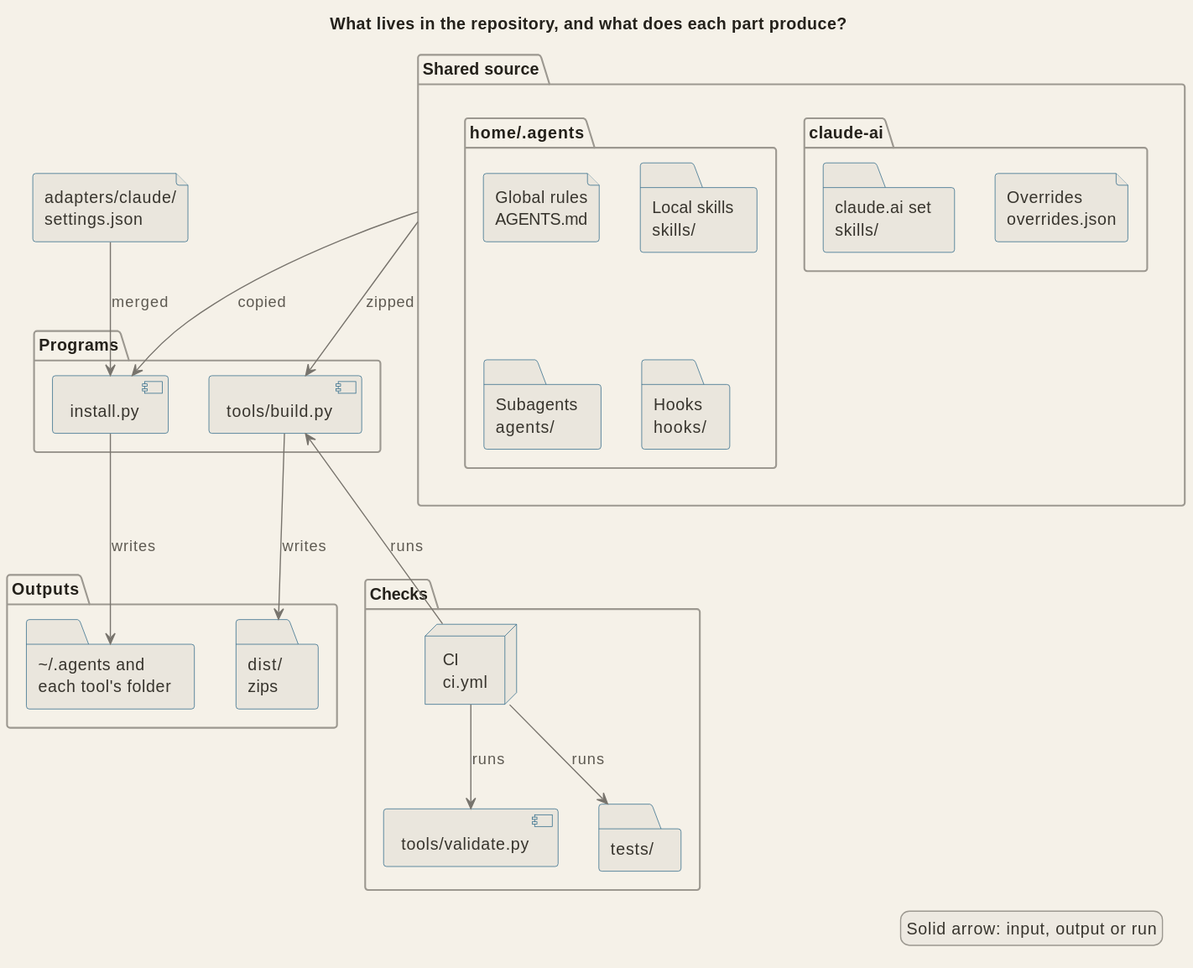
This is docs/diagrams/arch_parts.svg from signorenne/dotagents, a PlantUML export, as it was before one commit.
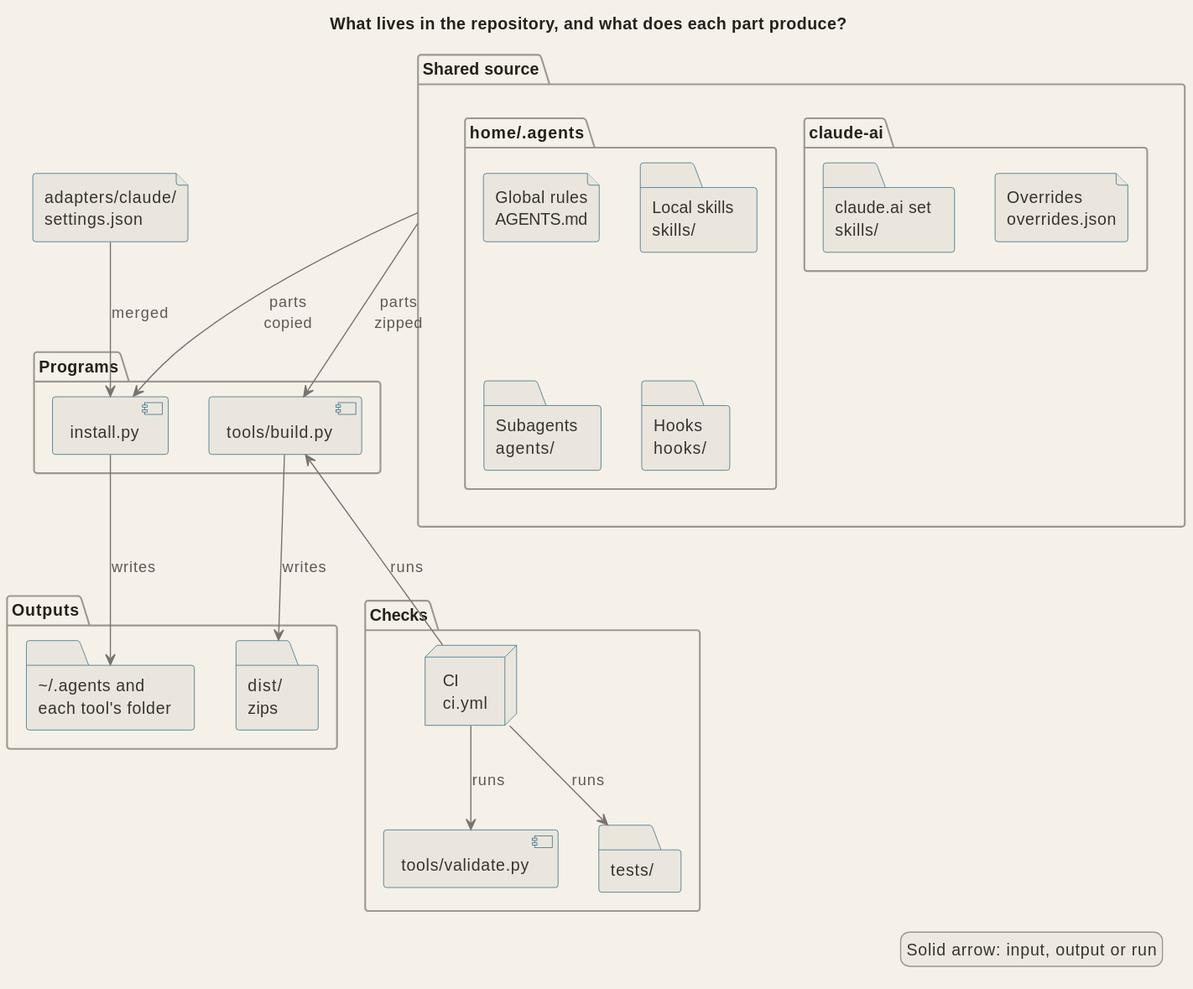
After the change.

Commit message:
docs(diagrams): label the shared source edges with what holds for each member

Diff of the diagram source:
```diff
@@ -33,8 +33,8 @@
 }
 
 adapters --> install : merged
-source --> install : copied
-source --> build : zipped
+source --> install : parts\ncopied
+source --> build : parts\nzipped
 install -[hidden]right- build
 install --> installed : writes
 build --> dist : writes
```
